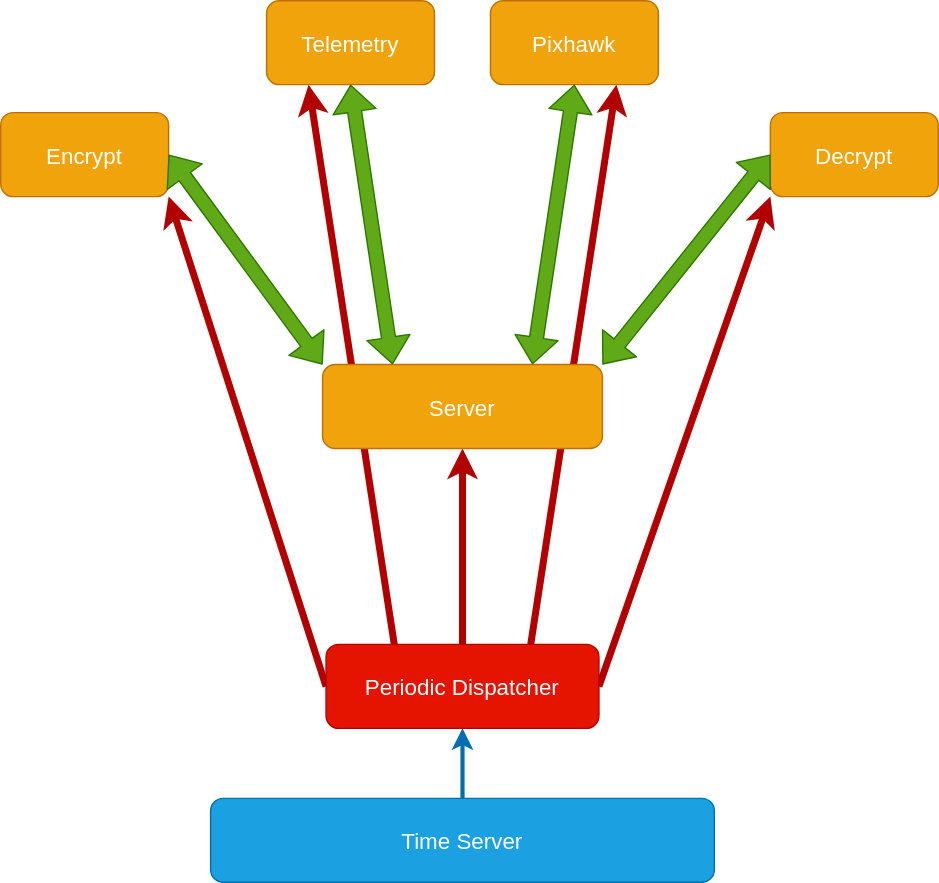
Before: pics/comm-smaccm.svg, a diagram exported from draw.io (colorglass/seL4_rpi4). Source tidied: cells renumbered, new cells last; positions are measured from the earlier drawing's top-left corner, leaving out a move shared by most shapes. The source it was exported from:
```xml
<mxGraphModel>
  <root>
    <mxCell id="0" />
    <mxCell id="1" parent="0" />
    <mxCell id="2" style="edgeStyle=none;html=0;exitX=0.5;exitY=0;exitDx=0;exitDy=0;entryX=0.5;entryY=1;entryDx=0;entryDy=0;fontColor=#FFFFFF;strokeWidth=3;fillColor=#1ba1e2;strokeColor=#006EAF;" parent="1" edge="1" source="3" target="9">
      <mxGeometry relative="1" as="geometry" />
    </mxCell>
    <mxCell id="3" value="Time Server" style="rounded=1;fontSize=16;fillColor=#1ba1e2;fontColor=#ffffff;strokeColor=#006EAF;" parent="1" vertex="1">
      <mxGeometry x="150" y="570" width="360" height="60" as="geometry" />
    </mxCell>
    <mxCell id="4" style="edgeStyle=none;exitX=0;exitY=0.5;exitDx=0;exitDy=0;entryX=1;entryY=1;entryDx=0;entryDy=0;strokeWidth=5;fontSize=16;fontColor=#000000;fillColor=#e51400;strokeColor=#B20000;" parent="1" edge="1" source="9" target="11">
      <mxGeometry relative="1" as="geometry" />
    </mxCell>
    <mxCell id="5" style="edgeStyle=none;exitX=1;exitY=0.5;exitDx=0;exitDy=0;entryX=0;entryY=1;entryDx=0;entryDy=0;strokeWidth=5;fontSize=16;fontColor=#000000;fillColor=#e51400;strokeColor=#B20000;" parent="1" edge="1" source="9" target="12">
      <mxGeometry relative="1" as="geometry" />
    </mxCell>
    <mxCell id="6" style="edgeStyle=none;html=0;exitX=0.5;exitY=0;exitDx=0;exitDy=0;entryX=0.5;entryY=1;entryDx=0;entryDy=0;strokeWidth=5;fontColor=#FFFFFF;fillColor=#e51400;strokeColor=#B20000;" parent="1" edge="1" source="9" target="10">
      <mxGeometry relative="1" as="geometry" />
    </mxCell>
    <mxCell id="7" style="edgeStyle=none;html=0;exitX=0.25;exitY=0;exitDx=0;exitDy=0;entryX=0.25;entryY=1;entryDx=0;entryDy=0;strokeWidth=5;fontColor=#FFFFFF;fillColor=#e51400;strokeColor=#B20000;" parent="1" edge="1" source="9" target="15">
      <mxGeometry relative="1" as="geometry" />
    </mxCell>
    <mxCell id="8" style="edgeStyle=none;html=0;exitX=0.75;exitY=0;exitDx=0;exitDy=0;entryX=0.75;entryY=1;entryDx=0;entryDy=0;strokeWidth=5;fontColor=#FFFFFF;fillColor=#e51400;strokeColor=#B20000;" parent="1" edge="1" source="9" target="16">
      <mxGeometry relative="1" as="geometry" />
    </mxCell>
    <mxCell id="9" value="Periodic Dispatcher" style="rounded=1;fontSize=16;fillColor=#e51400;fontColor=#ffffff;strokeColor=#B20000;" parent="1" vertex="1">
      <mxGeometry x="232.5" y="460" width="195" height="60" as="geometry" />
    </mxCell>
    <mxCell id="10" value="Server" style="rounded=1;fontSize=16;fillColor=#f0a30a;fontColor=#FFFFFF;strokeColor=#BD7000;" parent="1" vertex="1">
      <mxGeometry x="230" y="260" width="200" height="60" as="geometry" />
    </mxCell>
    <mxCell id="11" value="Encrypt" style="rounded=1;fontSize=16;fillColor=#f0a30a;fontColor=#FFFFFF;strokeColor=#BD7000;" parent="1" vertex="1">
      <mxGeometry y="80" width="120" height="60" as="geometry" />
    </mxCell>
    <mxCell id="12" value="Decrypt" style="rounded=1;fontSize=16;fillColor=#f0a30a;fontColor=#FFFFFF;strokeColor=#BD7000;" parent="1" vertex="1">
      <mxGeometry x="550" y="80" width="120" height="60" as="geometry" />
    </mxCell>
    <mxCell id="13" style="shape=flexArrow;endArrow=classic;startArrow=classic;exitX=0;exitY=0;exitDx=0;exitDy=0;entryX=1;entryY=0.5;entryDx=0;entryDy=0;fillColor=#60a917;strokeColor=#2D7600;" parent="1" edge="1" source="10" target="11">
      <mxGeometry relative="1" as="geometry" />
    </mxCell>
    <mxCell id="14" style="shape=flexArrow;endArrow=classic;startArrow=classic;exitX=1;exitY=0;exitDx=0;exitDy=0;entryX=0;entryY=0.5;entryDx=0;entryDy=0;fillColor=#60a917;strokeColor=#2D7600;" parent="1" edge="1" source="10" target="12">
      <mxGeometry relative="1" as="geometry" />
    </mxCell>
    <mxCell id="15" value="Telemetry" style="rounded=1;fontSize=16;fillColor=#f0a30a;fontColor=#FFFFFF;strokeColor=#BD7000;" parent="1" vertex="1">
      <mxGeometry x="190" width="120" height="60" as="geometry" />
    </mxCell>
    <mxCell id="16" value="Pixhawk" style="rounded=1;fontSize=16;fillColor=#f0a30a;fontColor=#FFFFFF;strokeColor=#BD7000;" parent="1" vertex="1">
      <mxGeometry x="350" width="120" height="60" as="geometry" />
    </mxCell>
    <mxCell id="17" style="shape=flexArrow;endArrow=classic;startArrow=classic;exitX=0.25;exitY=0;exitDx=0;exitDy=0;entryX=0.5;entryY=1;entryDx=0;entryDy=0;fillColor=#60a917;strokeColor=#2D7600;" parent="1" edge="1" source="10" target="15">
      <mxGeometry relative="1" as="geometry" />
    </mxCell>
    <mxCell id="18" style="shape=flexArrow;endArrow=classic;startArrow=classic;exitX=0.75;exitY=0;exitDx=0;exitDy=0;entryX=0.5;entryY=1;entryDx=0;entryDy=0;fillColor=#60a917;strokeColor=#2D7600;" parent="1" edge="1" source="10" target="16">
      <mxGeometry relative="1" as="geometry" />
    </mxCell>
  </root>
</mxGraphModel>
```
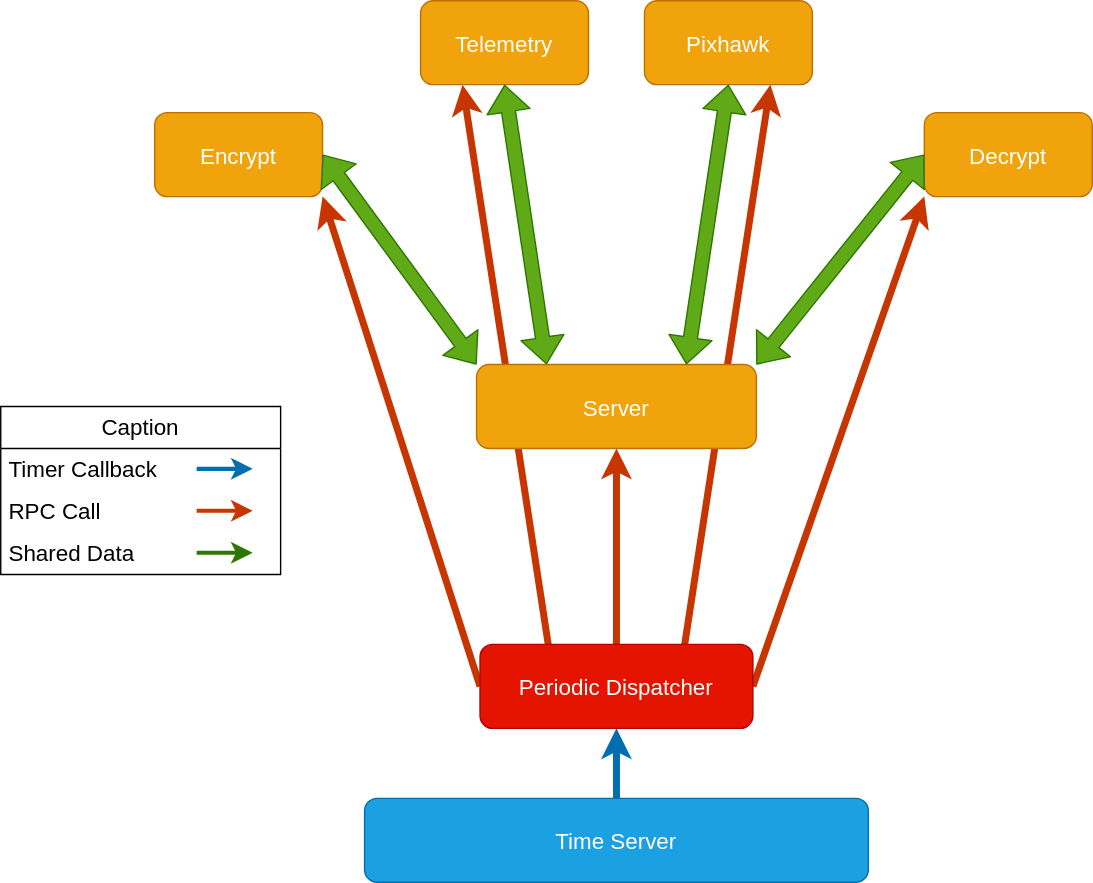
After the change.

Change to the diagram source:
```diff
@@ -2,25 +2,25 @@
   <root>
     <mxCell id="0" />
     <mxCell id="1" parent="0" />
-    <mxCell id="2" style="edgeStyle=none;html=0;exitX=0.5;exitY=0;exitDx=0;exitDy=0;entryX=0.5;entryY=1;entryDx=0;entryDy=0;fontColor=#FFFFFF;strokeWidth=3;fillColor=#1ba1e2;strokeColor=#006EAF;" parent="1" edge="1" source="3" target="9">
+    <mxCell id="2" style="edgeStyle=none;html=0;exitX=0.5;exitY=0;exitDx=0;exitDy=0;entryX=0.5;entryY=1;entryDx=0;entryDy=0;fontColor=#FFFFFF;strokeWidth=5;fillColor=#1ba1e2;strokeColor=#006EAF;" parent="1" edge="1" source="3" target="9">
       <mxGeometry relative="1" as="geometry" />
     </mxCell>
     <mxCell id="3" value="Time Server" style="rounded=1;fontSize=16;fillColor=#1ba1e2;fontColor=#ffffff;strokeColor=#006EAF;" parent="1" vertex="1">
       <mxGeometry x="150" y="570" width="360" height="60" as="geometry" />
     </mxCell>
-    <mxCell id="4" style="edgeStyle=none;exitX=0;exitY=0.5;exitDx=0;exitDy=0;entryX=1;entryY=1;entryDx=0;entryDy=0;strokeWidth=5;fontSize=16;fontColor=#000000;fillColor=#e51400;strokeColor=#B20000;" parent="1" edge="1" source="9" target="11">
+    <mxCell id="4" style="edgeStyle=none;exitX=0;exitY=0.5;exitDx=0;exitDy=0;entryX=1;entryY=1;entryDx=0;entryDy=0;strokeWidth=5;fontSize=16;fontColor=#000000;fillColor=#fa6800;strokeColor=#C73500;" parent="1" edge="1" source="9" target="11">
       <mxGeometry relative="1" as="geometry" />
     </mxCell>
-    <mxCell id="5" style="edgeStyle=none;exitX=1;exitY=0.5;exitDx=0;exitDy=0;entryX=0;entryY=1;entryDx=0;entryDy=0;strokeWidth=5;fontSize=16;fontColor=#000000;fillColor=#e51400;strokeColor=#B20000;" parent="1" edge="1" source="9" target="12">
+    <mxCell id="5" style="edgeStyle=none;exitX=1;exitY=0.5;exitDx=0;exitDy=0;entryX=0;entryY=1;entryDx=0;entryDy=0;strokeWidth=5;fontSize=16;fontColor=#000000;fillColor=#fa6800;strokeColor=#C73500;" parent="1" edge="1" source="9" target="12">
       <mxGeometry relative="1" as="geometry" />
     </mxCell>
-    <mxCell id="6" style="edgeStyle=none;html=0;exitX=0.5;exitY=0;exitDx=0;exitDy=0;entryX=0.5;entryY=1;entryDx=0;entryDy=0;strokeWidth=5;fontColor=#FFFFFF;fillColor=#e51400;strokeColor=#B20000;" parent="1" edge="1" source="9" target="10">
+    <mxCell id="6" style="edgeStyle=none;html=0;exitX=0.5;exitY=0;exitDx=0;exitDy=0;entryX=0.5;entryY=1;entryDx=0;entryDy=0;strokeWidth=5;fontColor=#FFFFFF;fillColor=#fa6800;strokeColor=#C73500;" parent="1" edge="1" source="9" target="10">
       <mxGeometry relative="1" as="geometry" />
     </mxCell>
-    <mxCell id="7" style="edgeStyle=none;html=0;exitX=0.25;exitY=0;exitDx=0;exitDy=0;entryX=0.25;entryY=1;entryDx=0;entryDy=0;strokeWidth=5;fontColor=#FFFFFF;fillColor=#e51400;strokeColor=#B20000;" parent="1" edge="1" source="9" target="15">
+    <mxCell id="7" style="edgeStyle=none;html=0;exitX=0.25;exitY=0;exitDx=0;exitDy=0;entryX=0.25;entryY=1;entryDx=0;entryDy=0;strokeWidth=5;fontColor=#FFFFFF;fillColor=#fa6800;strokeColor=#C73500;" parent="1" edge="1" source="9" target="15">
       <mxGeometry relative="1" as="geometry" />
     </mxCell>
-    <mxCell id="8" style="edgeStyle=none;html=0;exitX=0.75;exitY=0;exitDx=0;exitDy=0;entryX=0.75;entryY=1;entryDx=0;entryDy=0;strokeWidth=5;fontColor=#FFFFFF;fillColor=#e51400;strokeColor=#B20000;" parent="1" edge="1" source="9" target="16">
+    <mxCell id="8" style="edgeStyle=none;html=0;exitX=0.75;exitY=0;exitDx=0;exitDy=0;entryX=0.75;entryY=1;entryDx=0;entryDy=0;strokeWidth=5;fontColor=#FFFFFF;fillColor=#fa6800;strokeColor=#C73500;" parent="1" edge="1" source="9" target="16">
       <mxGeometry relative="1" as="geometry" />
     </mxCell>
     <mxCell id="9" value="Periodic Dispatcher" style="rounded=1;fontSize=16;fillColor=#e51400;fontColor=#ffffff;strokeColor=#B20000;" parent="1" vertex="1">
@@ -53,5 +53,35 @@
     <mxCell id="18" style="shape=flexArrow;endArrow=classic;startArrow=classic;exitX=0.75;exitY=0;exitDx=0;exitDy=0;entryX=0.5;entryY=1;entryDx=0;entryDy=0;fillColor=#60a917;strokeColor=#2D7600;" parent="1" edge="1" source="10" target="16">
       <mxGeometry relative="1" as="geometry" />
     </mxCell>
+    <mxCell id="19" value="&lt;font color=&quot;#000000&quot; style=&quot;font-size: 16px;&quot;&gt;Caption&lt;/font&gt;" style="swimlane;fontStyle=0;horizontal=1;startSize=30;whiteSpace=wrap;html=1;" parent="1" vertex="1">
+      <mxGeometry x="-110" y="290" width="200" height="120" as="geometry" />
+    </mxCell>
+    <mxCell id="20" value="&lt;font color=&quot;#000000&quot;&gt;&lt;span style=&quot;font-size: 16px;&quot;&gt;Timer Callback&lt;/span&gt;&lt;/font&gt;" style="text;strokeColor=none;fillColor=none;align=left;verticalAlign=middle;spacingLeft=4;spacingRight=4;overflow=hidden;whiteSpace=wrap;html=1;" parent="19" vertex="1">
+      <mxGeometry y="30" width="200" height="30" as="geometry" />
+    </mxCell>
+    <mxCell id="21" style="edgeStyle=none;exitX=1;exitY=0;exitDx=0;exitDy=0;strokeWidth=3;fillColor=#1ba1e2;strokeColor=#006EAF;" parent="19" edge="1">
+      <mxGeometry relative="1" as="geometry">
+        <mxPoint x="140" y="44.5" as="sourcePoint" />
+        <mxPoint x="180" y="44.5" as="targetPoint" />
+      </mxGeometry>
+    </mxCell>
+    <mxCell id="22" style="edgeStyle=none;exitX=1;exitY=0;exitDx=0;exitDy=0;strokeWidth=3;fillColor=#fa6800;strokeColor=#C73500;" parent="19" edge="1">
+      <mxGeometry relative="1" as="geometry">
+        <mxPoint x="140" y="74.5" as="sourcePoint" />
+        <mxPoint x="180" y="74.5" as="targetPoint" />
+      </mxGeometry>
+    </mxCell>
+    <mxCell id="23" value="&lt;font style=&quot;font-size: 16px;&quot; color=&quot;#000000&quot;&gt;RPC Call&lt;/font&gt;" style="text;strokeColor=none;fillColor=none;align=left;verticalAlign=middle;spacingLeft=4;spacingRight=4;overflow=hidden;whiteSpace=wrap;html=1;" parent="19" vertex="1">
+      <mxGeometry y="60" width="200" height="30" as="geometry" />
+    </mxCell>
+    <mxCell id="24" style="edgeStyle=none;exitX=1;exitY=0;exitDx=0;exitDy=0;strokeWidth=3;fillColor=#60a917;strokeColor=#2D7600;" parent="19" edge="1">
+      <mxGeometry relative="1" as="geometry">
+        <mxPoint x="140" y="104.5" as="sourcePoint" />
+        <mxPoint x="180" y="104.5" as="targetPoint" />
+      </mxGeometry>
+    </mxCell>
+    <mxCell id="25" value="&lt;font color=&quot;#000000&quot; style=&quot;font-size: 16px;&quot;&gt;Shared Data&lt;/font&gt;" style="text;strokeColor=none;fillColor=none;align=left;verticalAlign=middle;spacingLeft=4;spacingRight=4;overflow=hidden;whiteSpace=wrap;html=1;" parent="19" vertex="1">
+      <mxGeometry y="90" width="200" height="30" as="geometry" />
+    </mxCell>
   </root>
 </mxGraphModel>
```
